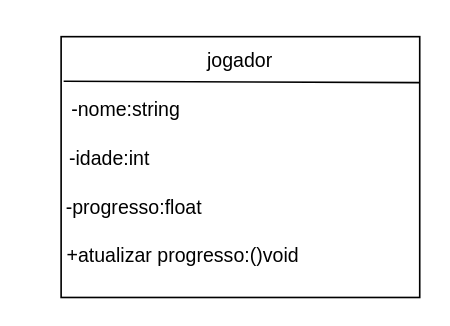
Before: Diagrama sem nome.drawio in anacarolinaetchepare/diagramasderequisitos, a draw.io diagram. Source tidied: cells renumbered, new cells numbered last; positions are measured from the earlier drawing's top-left corner, leaving out a move shared by most shapes. Both pictures are drawn from the tidied source at 163%, with x=0, y=0 at pixel (28, 36).
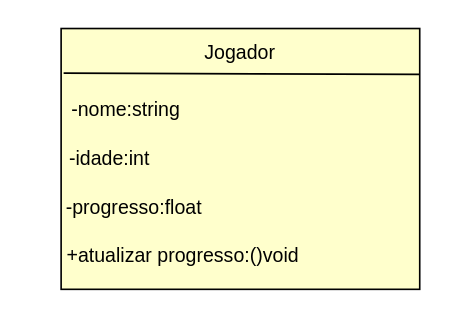
The same page after the edit.

The edit, as a diff of the source:
```diff
@@
 <mxGraphModel>
   <root>
     <mxCell id="0" />
     <mxCell id="1" parent="0" />
-    <mxCell id="2" style="rounded=0;whiteSpace=wrap;html=1;" parent="1" vertex="1">
-      <mxGeometry x="20" width="220" height="160" as="geometry" />
+    <mxCell id="2" style="rounded=0;whiteSpace=wrap;html=1;fillColor=#FFFFCC;" parent="1" vertex="1">
+      <mxGeometry x="20" y="-5" width="220" height="160" as="geometry" />
     </mxCell>
     <mxCell id="3" style="endArrow=none;html=1;rounded=0;entryX=0.999;entryY=0.176;entryDx=0;entryDy=0;entryPerimeter=0;exitX=0.007;exitY=0.171;exitDx=0;exitDy=0;exitPerimeter=0;" parent="1" edge="1" source="2" target="2">
       <mxGeometry relative="1" as="geometry" />
     </mxCell>
-    <mxCell id="4" value="jogador" style="text;html=1;align=center;verticalAlign=middle;whiteSpace=wrap;rounded=0;" parent="1" vertex="1">
-      <mxGeometry x="100" width="60" height="30" as="geometry" />
-    </mxCell>
     <mxCell id="5" value="-nome:string" style="text;html=1;align=center;verticalAlign=middle;whiteSpace=wrap;rounded=0;" parent="1" vertex="1">
       <mxGeometry x="20" y="30" width="80" height="30" as="geometry" />
     </mxCell>
     <mxCell id="6" value="-idade:int" style="text;html=1;align=center;verticalAlign=middle;whiteSpace=wrap;rounded=0;" parent="1" vertex="1">
       <mxGeometry x="20" y="60" width="60" height="30" as="geometry" />
     </mxCell>
     <mxCell id="7" value="-progresso:float" style="text;html=1;align=center;verticalAlign=middle;whiteSpace=wrap;rounded=0;" parent="1" vertex="1">
       <mxGeometry x="20" y="90" width="90" height="30" as="geometry" />
     </mxCell>
     <mxCell id="8" value="+atualizar progresso:()void" style="text;html=1;align=center;verticalAlign=middle;whiteSpace=wrap;rounded=0;" parent="1" vertex="1">
       <mxGeometry y="120" width="190" height="30" as="geometry" />
     </mxCell>
+    <mxCell id="9" value="Jogador" style="text;html=1;align=center;verticalAlign=middle;whiteSpace=wrap;rounded=0;" parent="1" vertex="1">
+      <mxGeometry x="100" y="-5" width="60" height="30" as="geometry" />
+    </mxCell>
   </root>
 </mxGraphModel>
```
